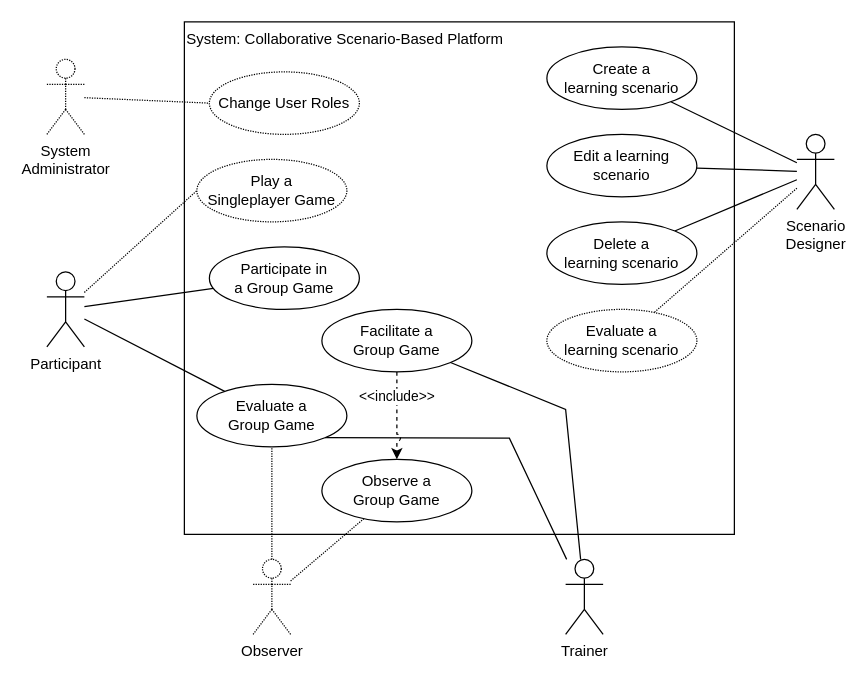
Elias-Ladenburger/CSEP keeps this draw.io diagram as page "all_use_cases" (1 of 5) of artefacts/requirements/use cases/use_case_diagram.drawio. Above is the earlier version. Source tidied: cells renumbered, new cells numbered last; positions are measured from the earlier drawing's top-left corner, leaving out a move shared by most shapes. Both pictures are drawn from the tidied source at 125%, with x=0, y=0 at pixel (46, 21).
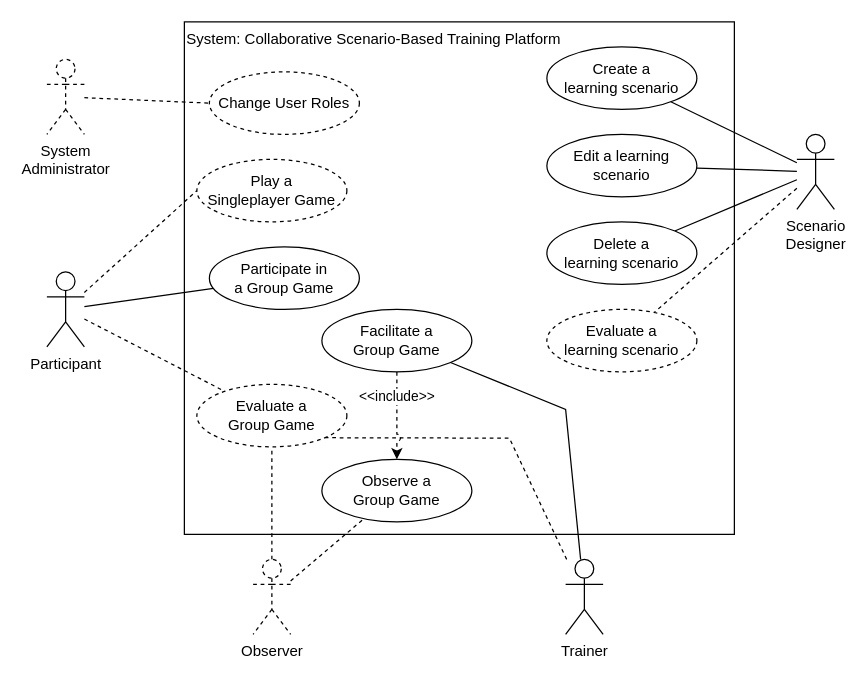
The same diagram, later.

The change refers to these unchanged cells:
```xml
<mxCell id="5" value="Participant" style="shape=umlActor;verticalLabelPosition=bottom;verticalAlign=top;html=1;" parent="1" vertex="1">
  <mxGeometry y="200" width="30" height="60" as="geometry" />
</mxCell>
<mxCell id="12" value="Observe a &lt;br&gt;Group Game" style="shape=ellipse;html=1;strokeWidth=1;fontStyle=0;whiteSpace=wrap;align=center;perimeter=ellipsePerimeter;" parent="1" vertex="1">
  <mxGeometry x="220" y="350" width="120" height="50" as="geometry" />
</mxCell>
<mxCell id="15" value="Trainer" style="shape=umlActor;verticalLabelPosition=bottom;verticalAlign=top;html=1;" parent="1" vertex="1">
  <mxGeometry x="415" y="430" width="30" height="60" as="geometry" />
</mxCell>
<mxCell id="22" value="Scenario &lt;br&gt;Designer" style="shape=umlActor;verticalLabelPosition=bottom;verticalAlign=top;html=1;" parent="1" vertex="1">
  <mxGeometry x="600" y="90" width="30" height="60" as="geometry" />
</mxCell>
```

Change to the diagram source:
```diff
@@
-    <mxCell id="2" value="System: Collaborative Scenario-Based Platform" style="rounded=0;whiteSpace=wrap;html=1;align=left;verticalAlign=top;" parent="1" vertex="1">
+    <mxCell id="2" value="System: Collaborative Scenario-Based Training Platform" style="rounded=0;whiteSpace=wrap;html=1;align=left;verticalAlign=top;" parent="1" vertex="1">
       <mxGeometry x="110" width="440" height="410" as="geometry" />
     </mxCell>
@@
-    <mxCell id="4" style="edgeStyle=none;rounded=0;jettySize=auto;html=1;startArrow=none;startFill=0;endArrow=none;endFill=0;" parent="1" edge="1" source="5" target="26">
+    <mxCell id="4" style="edgeStyle=none;rounded=0;jettySize=auto;html=1;startArrow=none;startFill=0;endArrow=none;endFill=0;dashed=1;" parent="1" edge="1" source="5" target="26">
       <mxGeometry relative="1" as="geometry" />
     </mxCell>
@@
-    <mxCell id="6" value="Play a &lt;br&gt;Singleplayer Game" style="shape=ellipse;html=1;strokeWidth=1;fontStyle=0;whiteSpace=wrap;align=center;perimeter=ellipsePerimeter;dashed=1;dashPattern=1 1;" parent="1" vertex="1">
+    <mxCell id="6" value="Play a &lt;br&gt;Singleplayer Game" style="shape=ellipse;html=1;strokeWidth=1;fontStyle=0;whiteSpace=wrap;align=center;perimeter=ellipsePerimeter;dashed=1;" parent="1" vertex="1">
       <mxGeometry x="120" y="110" width="120" height="50" as="geometry" />
     </mxCell>
@@
-    <mxCell id="8" style="rounded=0;jettySize=auto;html=1;entryX=0;entryY=0.5;entryDx=0;entryDy=0;endArrow=none;endFill=0;dashed=1;dashPattern=1 1;" parent="1" edge="1" source="5" target="6">
+    <mxCell id="8" style="rounded=0;jettySize=auto;html=1;entryX=0;entryY=0.5;entryDx=0;entryDy=0;endArrow=none;endFill=0;dashed=1;" parent="1" edge="1" source="5" target="6">
       <mxGeometry relative="1" as="geometry" />
     </mxCell>
-    <mxCell id="9" style="edgeStyle=none;rounded=0;jettySize=auto;html=1;endArrow=none;endFill=0;jumpStyle=arc;dashed=1;dashPattern=1 1;" parent="1" edge="1" source="11" target="12">
+    <mxCell id="9" style="edgeStyle=none;rounded=0;jettySize=auto;html=1;endArrow=none;endFill=0;jumpStyle=arc;dashed=1;" parent="1" edge="1" source="11" target="12">
       <mxGeometry relative="1" as="geometry" />
     </mxCell>
-    <mxCell id="10" style="edgeStyle=none;rounded=0;jettySize=auto;html=1;startArrow=none;startFill=0;endArrow=none;endFill=0;dashed=1;dashPattern=1 1;" parent="1" edge="1" source="11" target="26">
+    <mxCell id="10" style="edgeStyle=none;rounded=0;jettySize=auto;html=1;startArrow=none;startFill=0;endArrow=none;endFill=0;dashed=1;" parent="1" edge="1" source="11" target="26">
       <mxGeometry relative="1" as="geometry" />
     </mxCell>
-    <mxCell id="11" value="Observer" style="shape=umlActor;verticalLabelPosition=bottom;verticalAlign=top;html=1;dashed=1;dashPattern=1 1;" parent="1" vertex="1">
+    <mxCell id="11" value="Observer" style="shape=umlActor;verticalLabelPosition=bottom;verticalAlign=top;html=1;dashed=1;" parent="1" vertex="1">
       <mxGeometry x="165" y="430" width="30" height="60" as="geometry" />
     </mxCell>
@@
-    <mxCell id="14" style="edgeStyle=none;rounded=0;jettySize=auto;html=1;entryX=1;entryY=1;entryDx=0;entryDy=0;startArrow=none;startFill=0;endArrow=none;endFill=0;jumpStyle=arc;" parent="1" edge="1" source="15" target="26">
+    <mxCell id="14" style="edgeStyle=none;rounded=0;jettySize=auto;html=1;entryX=1;entryY=1;entryDx=0;entryDy=0;startArrow=none;startFill=0;endArrow=none;endFill=0;jumpStyle=arc;dashed=1;" parent="1" edge="1" source="15" target="26">
       <mxGeometry relative="1" as="geometry">
         <Array as="points">
           <mxPoint x="370" y="333" />
         </Array>
       </mxGeometry>
     </mxCell>
@@
-    <mxCell id="21" style="edgeStyle=none;rounded=0;jumpStyle=arc;jettySize=auto;html=1;startArrow=none;startFill=0;endArrow=none;endFill=0;dashed=1;dashPattern=1 1;" parent="1" edge="1" source="22" target="27">
+    <mxCell id="21" style="edgeStyle=none;rounded=0;jumpStyle=arc;jettySize=auto;html=1;startArrow=none;startFill=0;endArrow=none;endFill=0;dashed=1;" parent="1" edge="1" source="22" target="27">
       <mxGeometry relative="1" as="geometry" />
     </mxCell>
@@
-    <mxCell id="26" value="Evaluate a &lt;br&gt;Group Game" style="shape=ellipse;html=1;strokeWidth=1;fontStyle=0;whiteSpace=wrap;align=center;perimeter=ellipsePerimeter;" parent="1" vertex="1">
+    <mxCell id="26" value="Evaluate a &lt;br&gt;Group Game" style="shape=ellipse;html=1;strokeWidth=1;fontStyle=0;whiteSpace=wrap;align=center;perimeter=ellipsePerimeter;dashed=1;" parent="1" vertex="1">
       <mxGeometry x="120" y="290" width="120" height="50" as="geometry" />
     </mxCell>
-    <mxCell id="27" value="Evaluate a &lt;br&gt;learning scenario" style="shape=ellipse;html=1;strokeWidth=1;fontStyle=0;whiteSpace=wrap;align=center;perimeter=ellipsePerimeter;dashed=1;dashPattern=1 1;" parent="1" vertex="1">
+    <mxCell id="27" value="Evaluate a &lt;br&gt;learning scenario" style="shape=ellipse;html=1;strokeWidth=1;fontStyle=0;whiteSpace=wrap;align=center;perimeter=ellipsePerimeter;dashed=1;" parent="1" vertex="1">
       <mxGeometry x="400" y="230" width="120" height="50" as="geometry" />
     </mxCell>
-    <mxCell id="28" value="System &lt;br&gt;Administrator" style="shape=umlActor;verticalLabelPosition=bottom;verticalAlign=top;html=1;dashed=1;dashPattern=1 1;" parent="1" vertex="1">
+    <mxCell id="28" value="System &lt;br&gt;Administrator" style="shape=umlActor;verticalLabelPosition=bottom;verticalAlign=top;html=1;dashed=1;" parent="1" vertex="1">
       <mxGeometry y="30" width="30" height="60" as="geometry" />
     </mxCell>
-    <mxCell id="29" value="Change User Roles" style="shape=ellipse;html=1;strokeWidth=1;fontStyle=0;whiteSpace=wrap;align=center;perimeter=ellipsePerimeter;dashed=1;dashPattern=1 1;" parent="1" vertex="1">
+    <mxCell id="29" value="Change User Roles" style="shape=ellipse;html=1;strokeWidth=1;fontStyle=0;whiteSpace=wrap;align=center;perimeter=ellipsePerimeter;dashed=1;" parent="1" vertex="1">
       <mxGeometry x="130" y="40" width="120" height="50" as="geometry" />
     </mxCell>
-    <mxCell id="30" style="edgeStyle=none;rounded=0;jettySize=auto;html=1;startArrow=none;startFill=0;endArrow=none;endFill=0;entryX=0;entryY=0.5;entryDx=0;entryDy=0;dashed=1;dashPattern=1 1;" parent="1" edge="1" source="28" target="29">
+    <mxCell id="30" style="edgeStyle=none;rounded=0;jettySize=auto;html=1;startArrow=none;startFill=0;endArrow=none;endFill=0;entryX=0;entryY=0.5;entryDx=0;entryDy=0;dashed=1;" parent="1" edge="1" source="28" target="29">
       <mxGeometry relative="1" as="geometry" />
     </mxCell>
```
